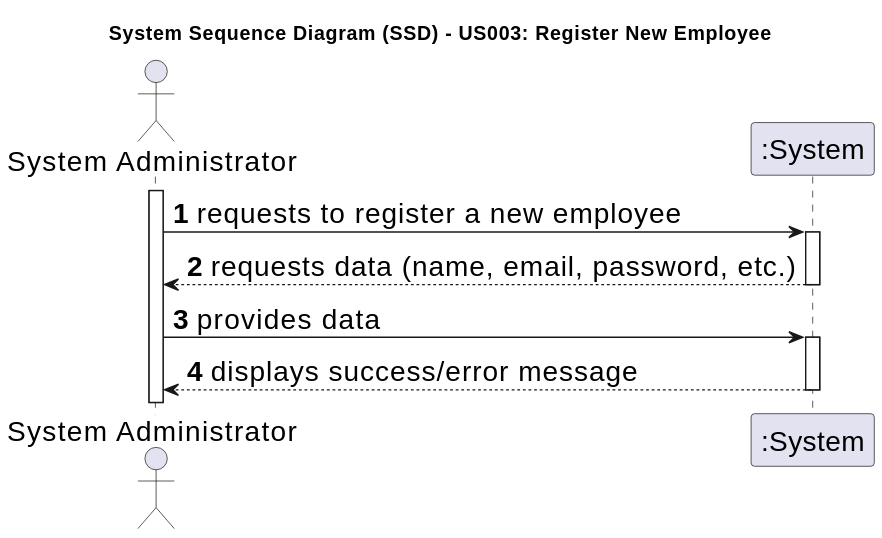
The PlantUML diagram docs/sprintA/us003/01.requirements-engineering/svg/us003-system-sequence-diagram.svg in Goncalves2525/real-estate-management-system, before a commit.
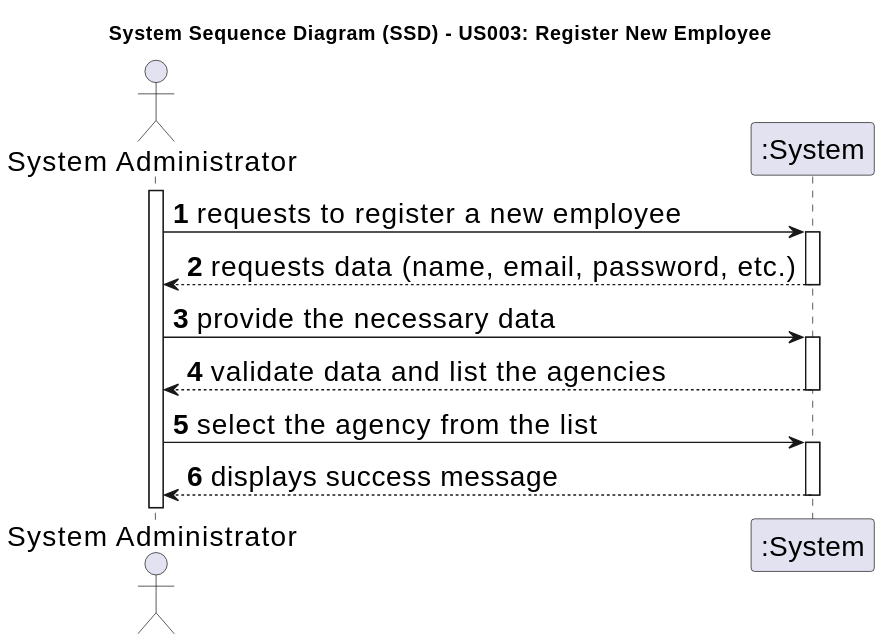
After the commit.

What changed in the source:
```diff
@@ -19,9 +19,15 @@
         System --> Admin : requests data (name, email, password, etc.)
     deactivate System
 
-    Admin -> System : provides data
+    Admin -> System : provide the necessary data
+        activate System
+
+            System --> Admin : validate data and list the agencies
+        deactivate System
+
+    Admin -> System : select the agency from the list
     activate System
 
-        System --> Admin : displays success/error message
+        System --> Admin : displays success message
     deactivate System
 @enduml
```
